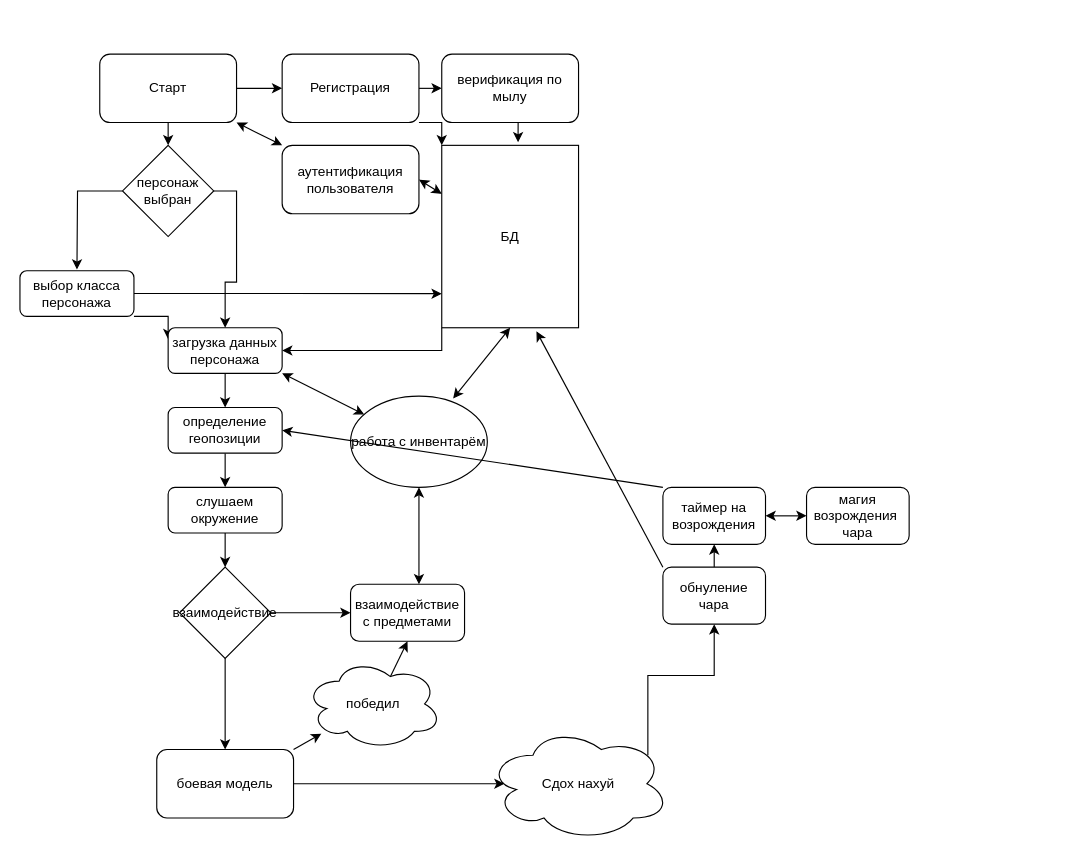
Before: page "Page-5" (5 of 5) of Architecture.drawio in PhoenixVRN/Mafia, a draw.io diagram. Source tidied: cells renumbered, new cells numbered last; positions are measured from the earlier drawing's top-left corner, leaving out a move shared by most shapes. Both pictures are drawn from the tidied source at 114%, with x=0, y=0 at pixel (19, 54).
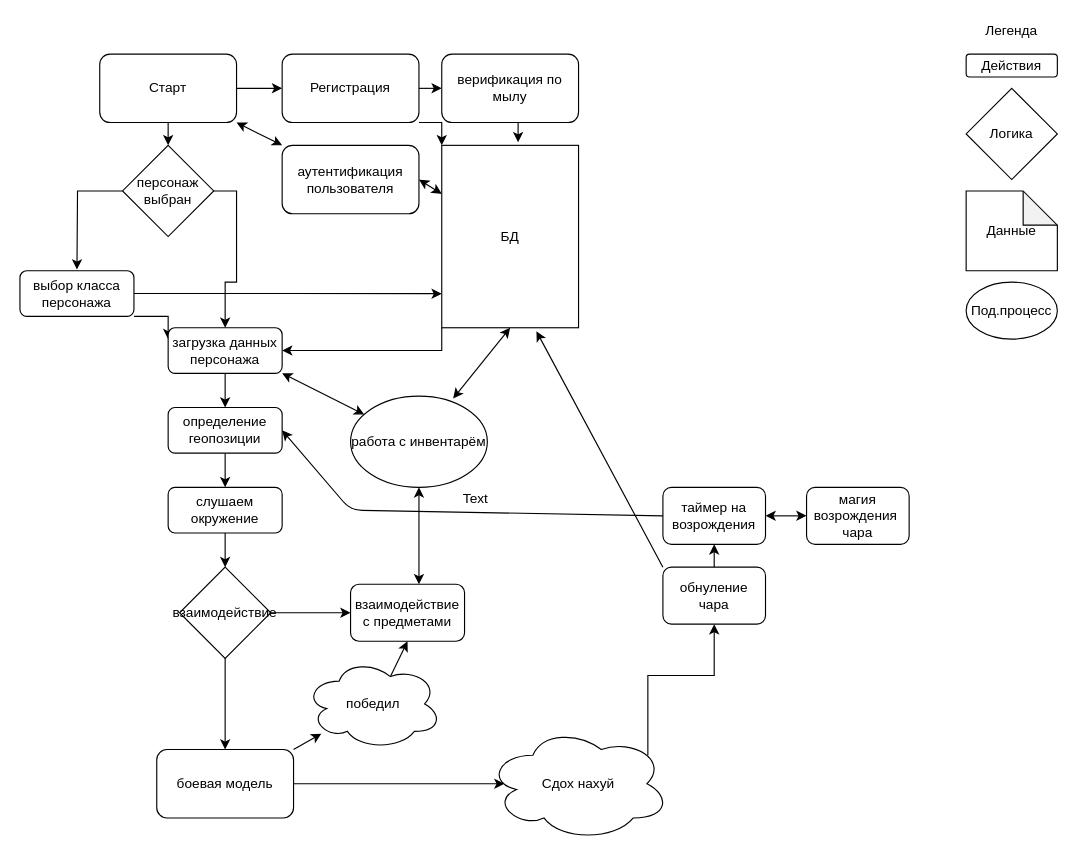
The same diagram, later.

Unchanged cells that the change refers to:
```xml
<mxCell id="24" value="определение геопозиции" style="rounded=1;whiteSpace=wrap;html=1;" parent="1" vertex="1">
  <mxGeometry x="130" y="310" width="100" height="40" as="geometry" />
</mxCell>
<mxCell id="41" value="таймер на возрождения" style="rounded=1;whiteSpace=wrap;html=1;" parent="1" vertex="1">
  <mxGeometry x="564" y="380" width="90" height="50" as="geometry" />
</mxCell>
```

What changed in the source:
```diff
@@
-    <mxCell id="43" style="endArrow=classic;html=1;exitX=0;exitY=0;exitDx=0;exitDy=0;entryX=1;entryY=0.5;entryDx=0;entryDy=0;" parent="1" edge="1" source="41" target="24">
-      <mxGeometry relative="1" as="geometry" />
+    <mxCell id="43" style="endArrow=classic;html=1;exitX=0;exitY=0.5;exitDx=0;exitDy=0;entryX=1;entryY=0.5;entryDx=0;entryDy=0;" parent="1" edge="1" source="41" target="24">
+      <mxGeometry relative="1" as="geometry">
+        <Array as="points">
+          <mxPoint x="290" y="400" />
+        </Array>
+      </mxGeometry>
     </mxCell>
@@
+    <mxCell id="49" value="Действия" style="rounded=1;whiteSpace=wrap;html=1;" parent="1" vertex="1">
+      <mxGeometry x="830" width="80" height="20" as="geometry" />
+    </mxCell>
+    <mxCell id="50" value="Логика" style="rhombus;whiteSpace=wrap;html=1;" parent="1" vertex="1">
+      <mxGeometry x="830" y="30" width="80" height="80" as="geometry" />
+    </mxCell>
+    <mxCell id="51" value="Данные" style="shape=note;whiteSpace=wrap;html=1;backgroundOutline=1;darkOpacity=0.05;" parent="1" vertex="1">
+      <mxGeometry x="830" y="120" width="80" height="70" as="geometry" />
+    </mxCell>
+    <mxCell id="52" value="Под.процесс" style="ellipse;whiteSpace=wrap;html=1;" parent="1" vertex="1">
+      <mxGeometry x="830" y="200" width="80" height="50" as="geometry" />
+    </mxCell>
+    <mxCell id="53" value="Text" style="text;html=1;strokeColor=none;fillColor=none;align=center;verticalAlign=middle;whiteSpace=wrap;rounded=0;" parent="1" vertex="1">
+      <mxGeometry x="380" y="380" width="40" height="20" as="geometry" />
+    </mxCell>
+    <mxCell id="54" value="Легенда" style="text;html=1;strokeColor=none;fillColor=none;align=center;verticalAlign=middle;whiteSpace=wrap;rounded=0;" parent="1" vertex="1">
+      <mxGeometry x="830" y="-30" width="80" height="20" as="geometry" />
+    </mxCell>
```
